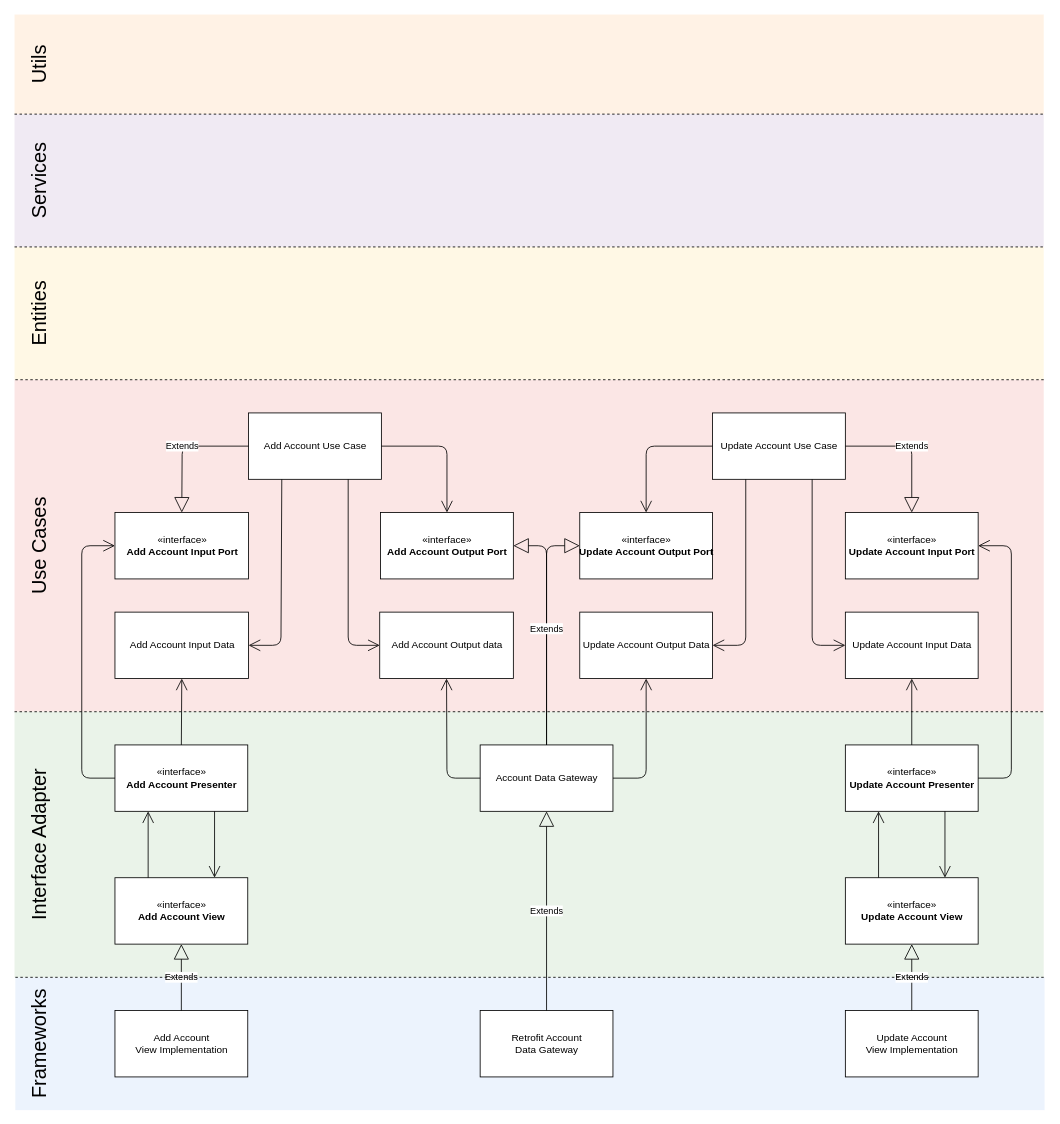
This is Assets/interface-segregation-principle.drawio from R4v3nPr0/mobile-architecture-proposal, a draw.io file, before an edit. Source tidied: cells renumbered, new cells numbered last; positions are measured from the earlier drawing's top-left corner, leaving out a move shared by most shapes. Both pictures are drawn from the tidied source at 83%, with x=0, y=0 at pixel (-43, 14).
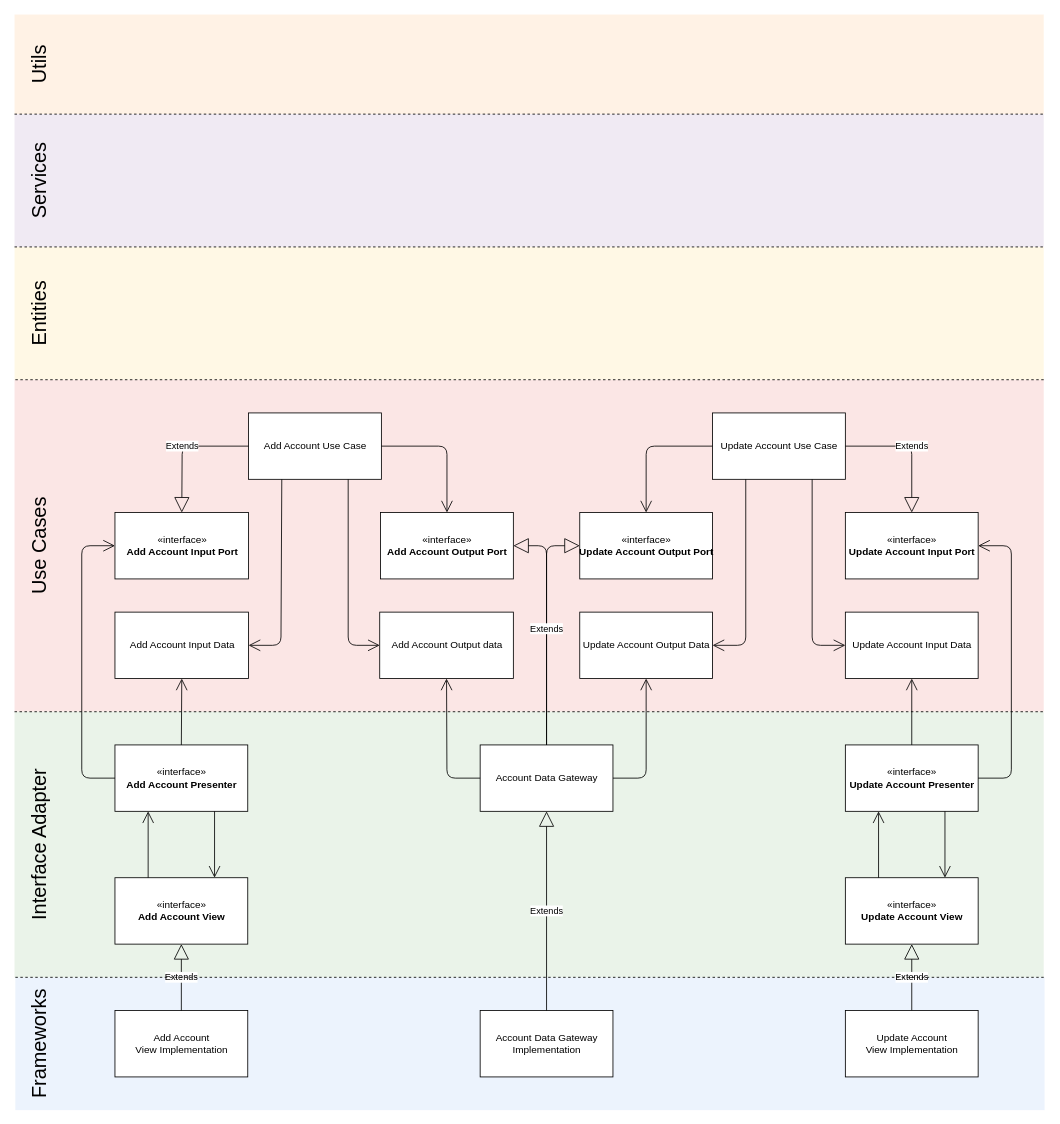
The same page after the edit.

Commit message (it also covers changes not shown here):
Updates interface segregation principle figure

The edit, as a diff of the source:
```diff
@@
-    <mxCell id="47" value="Retrofit Account&lt;br&gt;Data Gateway" style="html=1;" parent="1" vertex="1">
+    <mxCell id="47" value="Account&amp;nbsp;Data Gateway&lt;br&gt;Implementation" style="html=1;" parent="1" vertex="1">
       <mxGeometry x="630" y="1200" width="160" height="80" as="geometry" />
     </mxCell>
```
